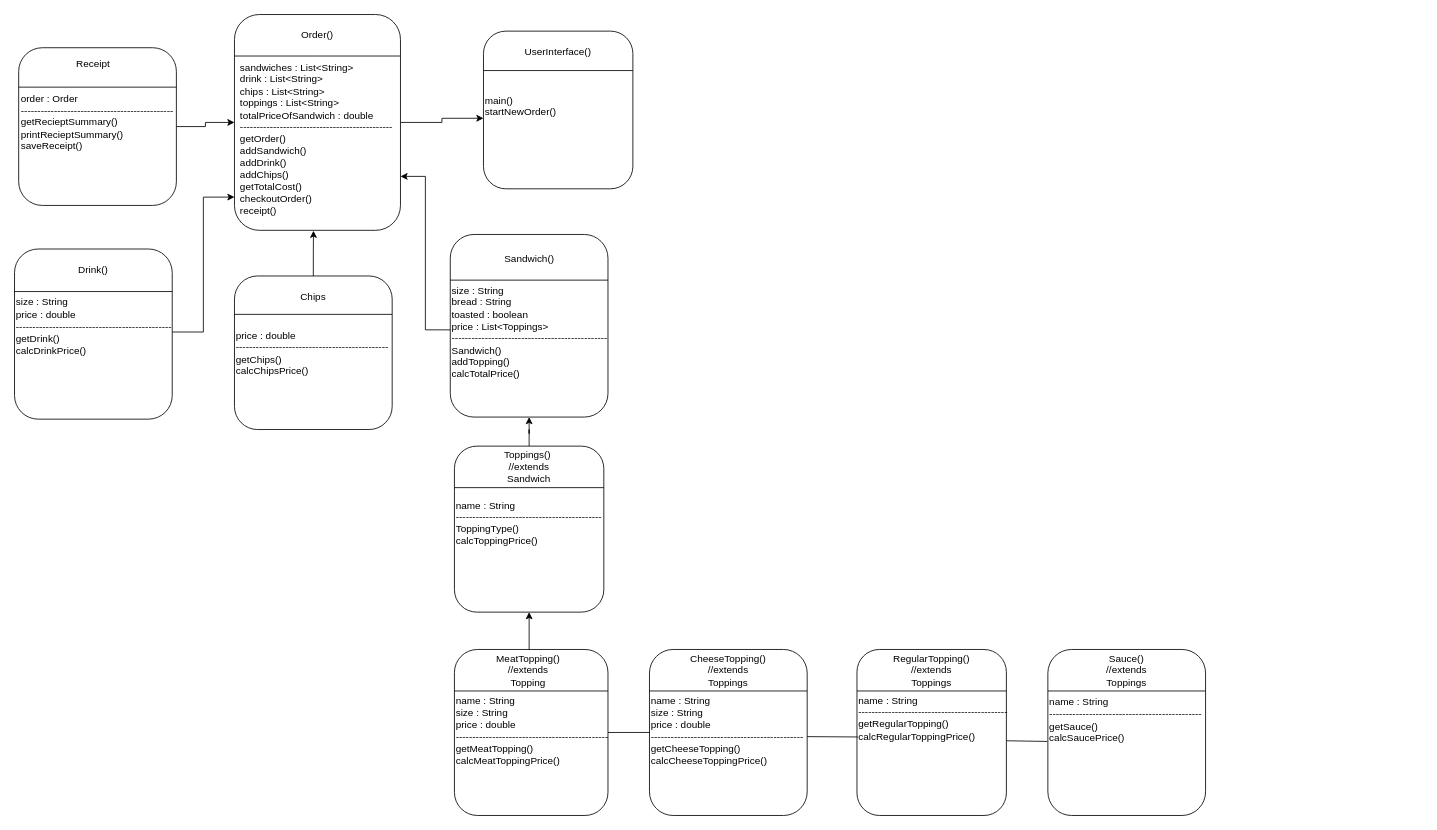
Before: Deli-ciousSandwichesDiagram.drawio in 412-ChrisP/Deli-cious-Sandwiches, a draw.io diagram. Source tidied: cells renumbered, new cells numbered last; positions are measured from the earlier drawing's top-left corner, leaving out a move shared by most shapes. Both pictures are drawn from the tidied source at 83%, with x=0, y=0 at pixel (14, 14).
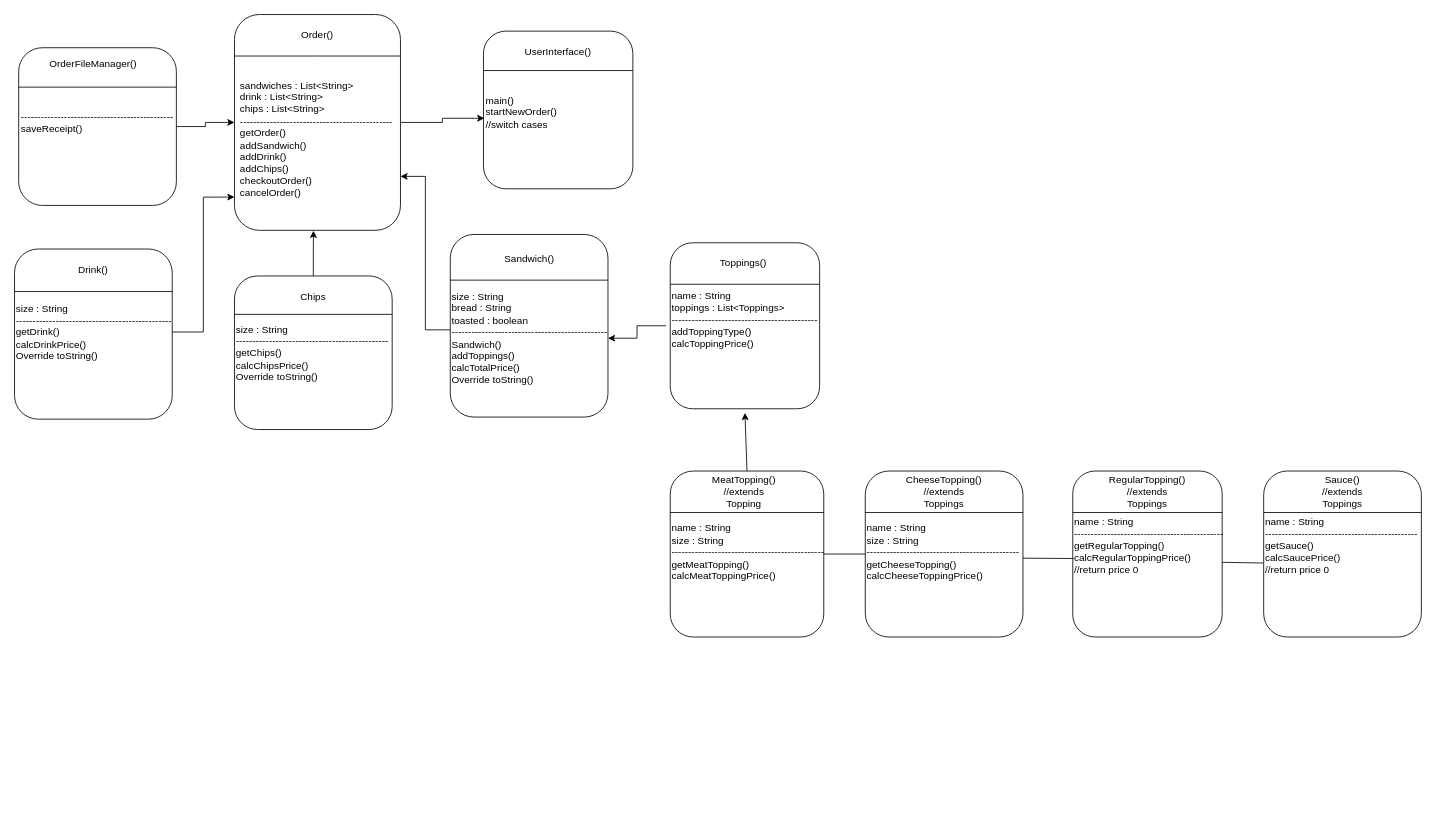
The same diagram, later.

Diff of the diagram source:
```diff
@@
     <mxCell id="4" style="rounded=1;whiteSpace=wrap;html=1;" parent="1" vertex="1">
-      <mxGeometry x="765" y="765" width="190" height="200" as="geometry" />
+      <mxGeometry x="1025" y="550" width="190" height="200" as="geometry" />
     </mxCell>
@@
-    <mxCell id="9" style="edgeStyle=orthogonalEdgeStyle;rounded=0;jettySize=auto;html=1;" parent="1" edge="1" source="10" target="32">
-      <mxGeometry relative="1" as="geometry" />
-    </mxCell>
     <mxCell id="10" style="rounded=1;whiteSpace=wrap;html=1;" parent="1" vertex="1">
-      <mxGeometry x="530" y="520" width="180" height="200" as="geometry" />
+      <mxGeometry x="790" y="275" width="180" height="200" as="geometry" />
     </mxCell>
@@
     <mxCell id="14" style="rounded=1;whiteSpace=wrap;html=1;" parent="1" vertex="1">
-      <mxGeometry x="1245" y="765" width="190" height="200" as="geometry" />
+      <mxGeometry x="1505" y="550" width="190" height="200" as="geometry" />
     </mxCell>
@@
     <mxCell id="16" style="rounded=1;whiteSpace=wrap;html=1;" parent="1" vertex="1">
-      <mxGeometry x="530" y="765" width="185" height="200" as="geometry" />
+      <mxGeometry x="790" y="550" width="185" height="200" as="geometry" />
     </mxCell>
@@
     <mxCell id="26" style="rounded=1;whiteSpace=wrap;html=1;" parent="1" vertex="1">
-      <mxGeometry x="1015" y="765" width="180" height="200" as="geometry" />
+      <mxGeometry x="1275" y="550" width="180" height="200" as="geometry" />
     </mxCell>
@@
-    <mxCell id="29" value="main()&lt;div&gt;startNewOrder()&lt;/div&gt;&lt;div&gt;&lt;br&gt;&lt;/div&gt;&lt;div style=&quot;&quot;&gt;&lt;br&gt;&lt;/div&gt;" style="text;html=1;align=left;verticalAlign=middle;whiteSpace=wrap;rounded=0;" parent="1" vertex="1">
-      <mxGeometry x="565" y="70" width="180" height="110" as="geometry" />
+    <mxCell id="29" value="main()&lt;div&gt;startNewOrder()&lt;/div&gt;&lt;div&gt;//switch cases&lt;/div&gt;&lt;div style=&quot;&quot;&gt;&lt;br&gt;&lt;/div&gt;" style="text;html=1;align=left;verticalAlign=middle;whiteSpace=wrap;rounded=0;" parent="1" vertex="1">
+      <mxGeometry x="566" y="70" width="180" height="110" as="geometry" />
     </mxCell>
@@
-    <mxCell id="32" value="size : String&lt;div&gt;bread : String&lt;/div&gt;&lt;div&gt;toasted : boolean&lt;/div&gt;&lt;div&gt;price : List&amp;lt;Toppings&amp;gt;&lt;/div&gt;&lt;div&gt;-----------------------------------------------Sandwich()&lt;/div&gt;&lt;div&gt;addTopping()&lt;/div&gt;&lt;div&gt;calcTotalPrice()&lt;/div&gt;&lt;div&gt;&amp;nbsp;&lt;/div&gt;" style="text;html=1;align=left;verticalAlign=middle;whiteSpace=wrap;rounded=0;" parent="1" vertex="1">
+    <mxCell id="32" value="size : String&lt;div&gt;bread : String&lt;/div&gt;&lt;div&gt;toasted : boolean&lt;/div&gt;&lt;div&gt;&lt;span style=&quot;background-color: initial;&quot;&gt;-----------------------------------------------Sandwich()&lt;/span&gt;&lt;/div&gt;&lt;div&gt;addToppings()&lt;span style=&quot;background-color: initial;&quot;&gt;&lt;/span&gt;&lt;/div&gt;&lt;div&gt;&lt;span style=&quot;background-color: initial;&quot;&gt;calcTotalPrice()&lt;/span&gt;&lt;/div&gt;&lt;div&gt;&lt;span style=&quot;background-color: initial;&quot;&gt;Override toString()&lt;/span&gt;&lt;/div&gt;" style="text;html=1;align=left;verticalAlign=middle;whiteSpace=wrap;rounded=0;" parent="1" vertex="1">
       <mxGeometry x="525" y="295" width="190" height="190" as="geometry" />
     </mxCell>
-    <mxCell id="33" value="Toppings()&amp;nbsp;&lt;div&gt;//extends Sandwich&lt;/div&gt;" style="text;html=1;align=center;verticalAlign=middle;whiteSpace=wrap;rounded=0;" parent="1" vertex="1">
-      <mxGeometry x="590" y="530" width="60" height="30" as="geometry" />
+    <mxCell id="33" value="Toppings()&amp;nbsp;" style="text;html=1;align=center;verticalAlign=middle;whiteSpace=wrap;rounded=0;" parent="1" vertex="1">
+      <mxGeometry x="850" y="285" width="60" height="30" as="geometry" />
     </mxCell>
+    <mxCell id="56" style="edgeStyle=orthogonalEdgeStyle;rounded=0;jettySize=auto;html=1;" parent="1" edge="1" source="34" target="32">
+      <mxGeometry relative="1" as="geometry" />
+    </mxCell>
-    <mxCell id="34" value="&lt;div style=&quot;text-align: left;&quot;&gt;&lt;span style=&quot;background-color: initial;&quot;&gt;name : String&amp;nbsp;&lt;/span&gt;&lt;/div&gt;&lt;div style=&quot;text-align: left;&quot;&gt;--------------------------------------------&lt;/div&gt;&lt;div style=&quot;text-align: left;&quot;&gt;ToppingType()&lt;/div&gt;&lt;div style=&quot;text-align: left;&quot;&gt;calcToppingPrice()&lt;/div&gt;&lt;div&gt;&lt;br&gt;&lt;/div&gt;" style="text;html=1;align=center;verticalAlign=middle;whiteSpace=wrap;rounded=0;" parent="1" vertex="1">
-      <mxGeometry x="525" y="570" width="190" height="100" as="geometry" />
+    <mxCell id="34" value="&lt;div style=&quot;text-align: left;&quot;&gt;&lt;span style=&quot;background-color: initial;&quot;&gt;name : String&amp;nbsp;&lt;/span&gt;&lt;/div&gt;&lt;div style=&quot;text-align: left;&quot;&gt;&lt;span style=&quot;background-color: initial;&quot;&gt;toppings : List&amp;lt;Toppings&amp;gt;&lt;/span&gt;&lt;/div&gt;&lt;div style=&quot;text-align: left;&quot;&gt;--------------------------------------------&lt;/div&gt;&lt;div style=&quot;text-align: left;&quot;&gt;addToppingType()&lt;/div&gt;&lt;div style=&quot;text-align: left;&quot;&gt;calcToppingPrice()&lt;/div&gt;&lt;div style=&quot;text-align: left;&quot;&gt;&lt;br&gt;&lt;/div&gt;" style="text;html=1;align=center;verticalAlign=middle;whiteSpace=wrap;rounded=0;" parent="1" vertex="1">
+      <mxGeometry x="785" y="325" width="190" height="100" as="geometry" />
     </mxCell>
     <mxCell id="35" value="MeatTopping()&lt;div&gt;//extends Topping&lt;/div&gt;" style="text;html=1;align=center;verticalAlign=middle;whiteSpace=wrap;rounded=0;" parent="1" vertex="1">
-      <mxGeometry x="589" y="775" width="60" height="30" as="geometry" />
+      <mxGeometry x="849" y="560" width="60" height="30" as="geometry" />
     </mxCell>
-    <mxCell id="36" value="name : String&lt;div&gt;size : String&lt;/div&gt;&lt;div&gt;price : double&lt;/div&gt;&lt;div&gt;----------------------------------------------&lt;/div&gt;&lt;div&gt;getMeatTopping()&lt;/div&gt;&lt;div&gt;calcMeatToppingPrice()&lt;/div&gt;&lt;div&gt;&lt;br&gt;&lt;/div&gt;" style="text;html=1;align=left;verticalAlign=middle;whiteSpace=wrap;rounded=0;" parent="1" vertex="1">
-      <mxGeometry x="530" y="815" width="196" height="110" as="geometry" />
+    <mxCell id="36" value="name : String&lt;div&gt;size : String&lt;/div&gt;&lt;div&gt;----------------------------------------------&lt;/div&gt;&lt;div&gt;getMeatTopping()&lt;/div&gt;&lt;div&gt;calcMeatToppingPrice()&lt;/div&gt;&lt;div&gt;&lt;br&gt;&lt;/div&gt;" style="text;html=1;align=left;verticalAlign=middle;whiteSpace=wrap;rounded=0;" parent="1" vertex="1">
+      <mxGeometry x="790" y="600" width="196" height="110" as="geometry" />
     </mxCell>
     <mxCell id="37" value="CheeseTopping()&lt;div&gt;//extends Toppings&lt;/div&gt;" style="text;html=1;align=center;verticalAlign=middle;whiteSpace=wrap;rounded=0;" parent="1" vertex="1">
-      <mxGeometry x="830" y="775" width="60" height="30" as="geometry" />
+      <mxGeometry x="1090" y="560" width="60" height="30" as="geometry" />
     </mxCell>
-    <mxCell id="38" value="name : String&lt;div&gt;size : String&lt;/div&gt;&lt;div&gt;price : double&lt;/div&gt;&lt;div&gt;----------------------------------------------&lt;/div&gt;&lt;div&gt;getCheeseTopping()&lt;/div&gt;&lt;div&gt;calcCheeseToppingPrice()&lt;/div&gt;&lt;div&gt;&lt;br&gt;&lt;/div&gt;" style="text;html=1;align=left;verticalAlign=middle;whiteSpace=wrap;rounded=0;" parent="1" vertex="1">
-      <mxGeometry x="765" y="775" width="190" height="190" as="geometry" />
+    <mxCell id="38" value="name : String&lt;div&gt;size : String&lt;/div&gt;&lt;div&gt;----------------------------------------------&lt;/div&gt;&lt;div&gt;getCheeseTopping()&lt;/div&gt;&lt;div&gt;calcCheeseToppingPrice()&lt;/div&gt;&lt;div&gt;&lt;br&gt;&lt;/div&gt;" style="text;html=1;align=left;verticalAlign=middle;whiteSpace=wrap;rounded=0;" parent="1" vertex="1">
+      <mxGeometry x="1025" y="560" width="190" height="190" as="geometry" />
     </mxCell>
-    <mxCell id="39" style="endArrow=classic;html=1;rounded=0;entryX=0.5;entryY=1;entryDx=0;entryDy=0;" parent="1" edge="1" target="10">
+    <mxCell id="39" style="endArrow=classic;html=1;rounded=0;exitX=0.5;exitY=0;exitDx=0;exitDy=0;" parent="1" edge="1" source="16">
       <mxGeometry relative="1" as="geometry">
-        <mxPoint x="620" y="765" as="sourcePoint" />
+        <mxPoint x="880" y="480" as="targetPoint" />
       </mxGeometry>
     </mxCell>
@@
     <mxCell id="41" value="RegularTopping()&lt;div&gt;//extends Toppings&lt;/div&gt;" style="text;html=1;align=center;verticalAlign=middle;whiteSpace=wrap;rounded=0;" parent="1" vertex="1">
-      <mxGeometry x="1075" y="775" width="60" height="30" as="geometry" />
+      <mxGeometry x="1335" y="560" width="60" height="30" as="geometry" />
     </mxCell>
-    <mxCell id="42" value="name : String&lt;div&gt;---------------------------------------------&lt;/div&gt;&lt;div&gt;getRegularTopping()&lt;/div&gt;&lt;div&gt;calcRegularToppingPrice()&lt;/div&gt;&lt;div&gt;&lt;br&gt;&lt;/div&gt;" style="text;html=1;align=left;verticalAlign=middle;whiteSpace=wrap;rounded=0;" parent="1" vertex="1">
-      <mxGeometry x="1015" y="765" width="190" height="180" as="geometry" />
+    <mxCell id="42" value="name : String&lt;div&gt;---------------------------------------------&lt;/div&gt;&lt;div&gt;getRegularTopping()&lt;/div&gt;&lt;div&gt;calcRegularToppingPrice()&lt;/div&gt;&lt;div&gt;//return price 0&lt;/div&gt;" style="text;html=1;align=left;verticalAlign=middle;whiteSpace=wrap;rounded=0;" parent="1" vertex="1">
+      <mxGeometry x="1275" y="550" width="190" height="180" as="geometry" />
     </mxCell>
@@
     <mxCell id="44" value="Sauce()&lt;div&gt;//extends Toppings&lt;/div&gt;" style="text;html=1;align=center;verticalAlign=middle;whiteSpace=wrap;rounded=0;" parent="1" vertex="1">
-      <mxGeometry x="1310" y="775" width="60" height="30" as="geometry" />
+      <mxGeometry x="1570" y="560" width="60" height="30" as="geometry" />
     </mxCell>
-    <mxCell id="45" value="name : String&lt;div&gt;----------------------------------------------&lt;/div&gt;&lt;div&gt;getSauce()&lt;/div&gt;&lt;div&gt;calcSaucePrice()&lt;/div&gt;" style="text;html=1;align=left;verticalAlign=middle;whiteSpace=wrap;rounded=0;" parent="1" vertex="1">
-      <mxGeometry x="1245" y="775" width="190" height="150" as="geometry" />
+    <mxCell id="45" value="name : String&lt;div&gt;----------------------------------------------&lt;/div&gt;&lt;div&gt;getSauce()&lt;/div&gt;&lt;div&gt;calcSaucePrice()&lt;/div&gt;&lt;div&gt;//return price 0&lt;/div&gt;" style="text;html=1;align=left;verticalAlign=middle;whiteSpace=wrap;rounded=0;" parent="1" vertex="1">
+      <mxGeometry x="1505" y="565" width="190" height="150" as="geometry" />
     </mxCell>
     <mxCell id="46" style="endArrow=none;html=1;rounded=0;entryX=-0.004;entryY=0.704;entryDx=0;entryDy=0;entryPerimeter=0;" parent="1" edge="1">
       <mxGeometry relative="1" as="geometry">
-        <mxPoint x="1195" y="875" as="sourcePoint" />
-        <mxPoint x="1244.2" y="875.8" as="targetPoint" />
+        <mxPoint x="1455" y="660" as="sourcePoint" />
+        <mxPoint x="1504.2" y="660.8" as="targetPoint" />
       </mxGeometry>
     </mxCell>
@@
-    <mxCell id="49" value="size : String&lt;div&gt;price : double&lt;/div&gt;&lt;div&gt;-----------------------------------------------&lt;/div&gt;&lt;div&gt;getDrink()&lt;/div&gt;&lt;div&gt;calcDrinkPrice()&lt;br&gt;&lt;div&gt;&lt;br&gt;&lt;/div&gt;&lt;/div&gt;" style="text;html=1;align=left;verticalAlign=middle;whiteSpace=wrap;rounded=0;" parent="1" vertex="1">
+    <mxCell id="49" value="size : String&lt;div&gt;-----------------------------------------------&lt;/div&gt;&lt;div&gt;getDrink()&lt;/div&gt;&lt;div&gt;calcDrinkPrice()&lt;br&gt;&lt;div&gt;Override toString()&lt;/div&gt;&lt;/div&gt;" style="text;html=1;align=left;verticalAlign=middle;whiteSpace=wrap;rounded=0;" parent="1" vertex="1">
       <mxGeometry y="282.5" width="190" height="200" as="geometry" />
     </mxCell>
@@
-    <mxCell id="51" value="&lt;div&gt;sandwiches : List&amp;lt;String&amp;gt;&lt;/div&gt;&lt;div&gt;drink : List&amp;lt;String&amp;gt;&lt;/div&gt;&lt;div&gt;chips : List&amp;lt;String&amp;gt;&lt;/div&gt;&lt;div&gt;toppings : List&amp;lt;String&amp;gt;&lt;/div&gt;&lt;div&gt;totalPriceOfSandwich : double&lt;/div&gt;&lt;div&gt;----------------------------------------------&lt;/div&gt;getOrder()&lt;div&gt;addSandwich()&lt;/div&gt;&lt;div&gt;addDrink()&lt;/div&gt;&lt;div&gt;addChips()&lt;/div&gt;&lt;div&gt;getTotalCost()&lt;/div&gt;&lt;div&gt;checkoutOrder()&lt;/div&gt;&lt;div&gt;receipt()&lt;/div&gt;" style="text;html=1;align=left;verticalAlign=middle;whiteSpace=wrap;rounded=0;" parent="1" vertex="1">
+    <mxCell id="51" value="&lt;div&gt;sandwiches : List&amp;lt;String&amp;gt;&lt;/div&gt;&lt;div&gt;drink : List&amp;lt;String&amp;gt;&lt;/div&gt;&lt;div&gt;chips : List&amp;lt;String&amp;gt;&lt;/div&gt;&lt;div&gt;----------------------------------------------&lt;/div&gt;getOrder()&lt;div&gt;addSandwich()&lt;/div&gt;&lt;div&gt;addDrink()&lt;/div&gt;&lt;div&gt;addChips()&lt;/div&gt;&lt;div&gt;checkoutOrder()&lt;/div&gt;&lt;div&gt;cancelOrder()&lt;/div&gt;" style="text;html=1;align=left;verticalAlign=middle;whiteSpace=wrap;rounded=0;" parent="1" vertex="1">
       <mxGeometry x="270" y="67.5" width="190" height="165" as="geometry" />
     </mxCell>
-    <mxCell id="52" value="Receipt" style="text;html=1;align=center;verticalAlign=middle;whiteSpace=wrap;rounded=0;" parent="1" vertex="1">
+    <mxCell id="52" value="OrderFileManager()" style="text;html=1;align=center;verticalAlign=middle;whiteSpace=wrap;rounded=0;" parent="1" vertex="1">
       <mxGeometry x="65" y="45" width="60" height="30" as="geometry" />
     </mxCell>
-    <mxCell id="53" value="order : Order&lt;div&gt;----------------------------------------------&lt;/div&gt;&lt;div&gt;getRecieptSummary()&lt;/div&gt;&lt;div&gt;printRecieptSummary()&lt;/div&gt;&lt;div&gt;saveReceipt()&lt;/div&gt;" style="text;html=1;align=left;verticalAlign=middle;whiteSpace=wrap;rounded=0;" parent="1" vertex="1">
+    <mxCell id="53" value="&lt;div&gt;----------------------------------------------&lt;/div&gt;&lt;div&gt;saveReceipt()&lt;/div&gt;" style="text;html=1;align=left;verticalAlign=middle;whiteSpace=wrap;rounded=0;" parent="1" vertex="1">
       <mxGeometry x="6" y="67.5" width="190" height="125" as="geometry" />
     </mxCell>
@@
-    <mxCell id="55" value="price : double&lt;div&gt;----------------------------------------------&lt;/div&gt;&lt;div&gt;getChips()&lt;/div&gt;&lt;div&gt;calcChipsPrice()&lt;/div&gt;" style="text;html=1;align=left;verticalAlign=middle;whiteSpace=wrap;rounded=0;" parent="1" vertex="1">
+    <mxCell id="55" value="size : String&lt;br&gt;&lt;div&gt;----------------------------------------------&lt;/div&gt;&lt;div&gt;getChips()&lt;/div&gt;&lt;div&gt;calcChipsPrice()&lt;/div&gt;&lt;div&gt;Override toString()&lt;/div&gt;" style="text;html=1;align=left;verticalAlign=middle;whiteSpace=wrap;rounded=0;" parent="1" vertex="1">
       <mxGeometry x="265" y="360" width="190" height="95" as="geometry" />
     </mxCell>
```
